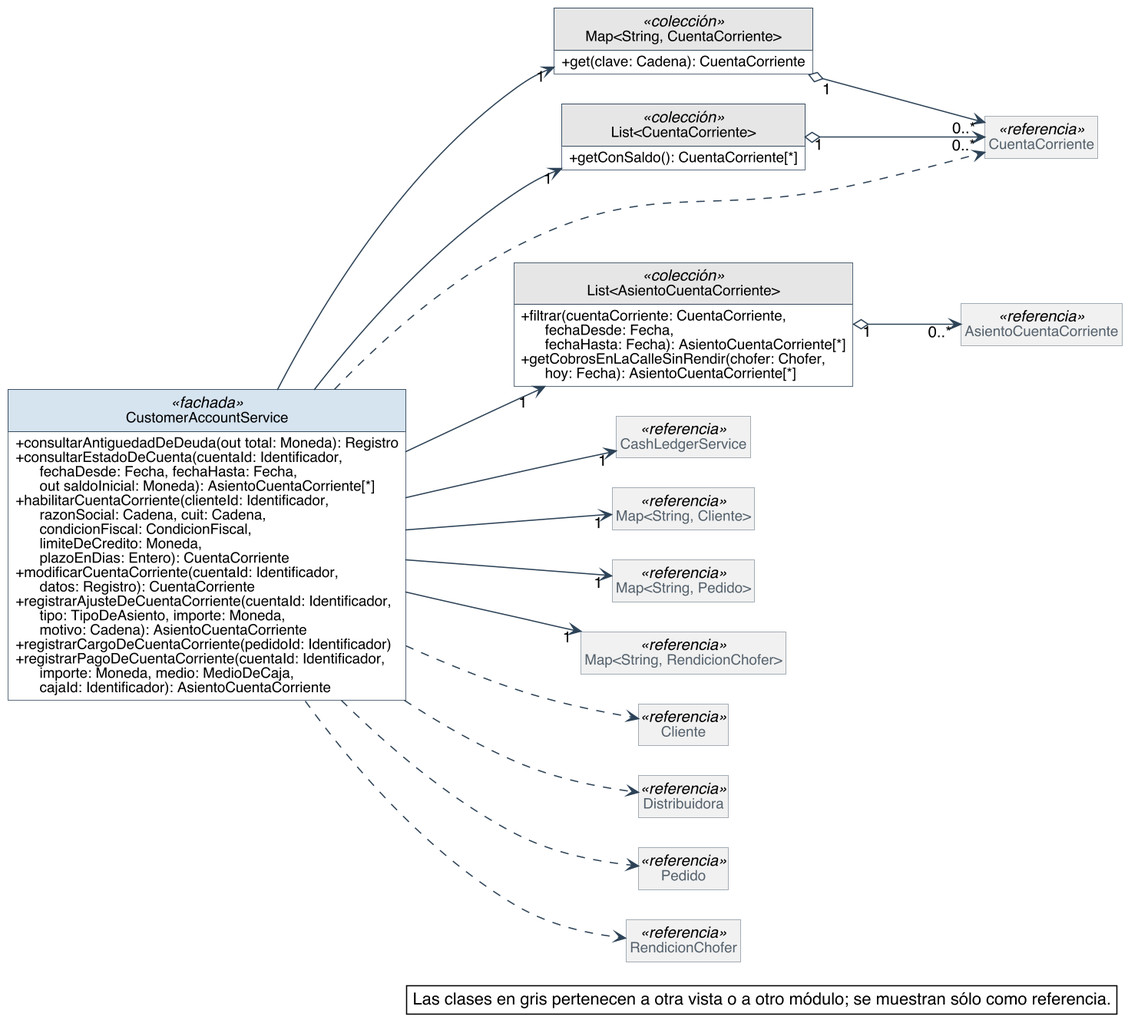
This is diagramas/clases-diseno/DC_Mod_Cuentas-corrientes.png from Nahuelito-Dev/splg-docs, a PlantUML export, as it was before one commit.
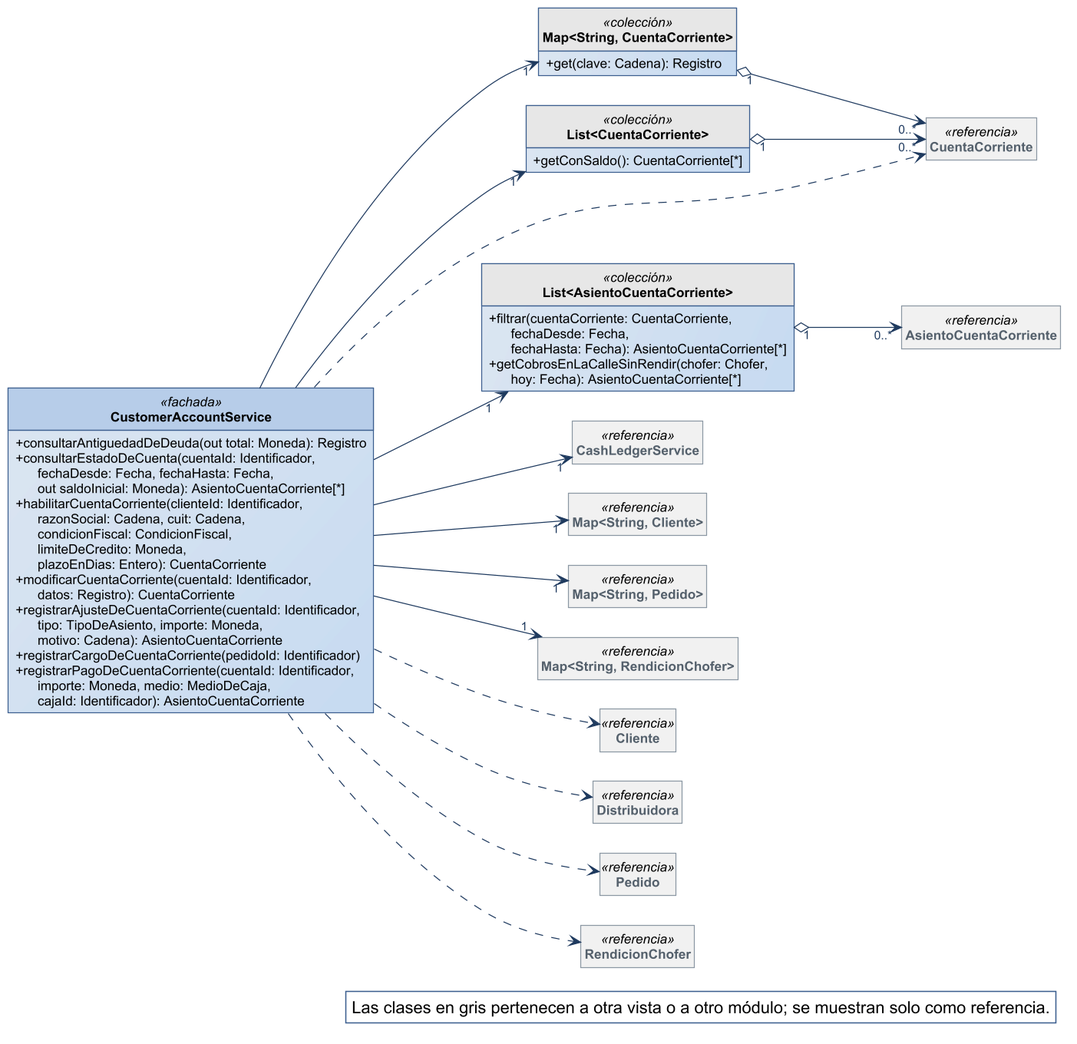
Later version of the same file.

Diff of the diagram source:
```diff
@@ -1,59 +1,29 @@
 @startuml
-skinparam backgroundColor #FFFFFF
-skinparam shadowing false
-skinparam defaultFontName Helvetica
-skinparam defaultFontSize 13
-skinparam dpi 150
+!include ../estilo-vp.iuml
 skinparam nodesep 40
 skinparam ranksep 55
-skinparam classAttributeIconSize 0
-skinparam roundCorner 0
 skinparam genericDisplay old
-skinparam class {
-  BorderColor #2C4257
-  BackgroundColor #FFFFFF
-  ArrowColor #2C4257
-  FontSize 14
-  AttributeFontSize 12
-  HeaderBackgroundColor #E8EEF3
-}
 skinparam class<<referencia>> {
   BackgroundColor #F1F1F1
   BorderColor #8A97A3
   FontColor #55616C
 }
 skinparam class<<fachada>> {
-  HeaderBackgroundColor #D6E4F0
+  HeaderBackgroundColor #B7CDE8
 }
 skinparam class<<controlador>> {
-  HeaderBackgroundColor #D6E4F0
+  HeaderBackgroundColor #B7CDE8
 }
 skinparam class<<fabricación pura>> {
-  HeaderBackgroundColor #F3E9CF
+  HeaderBackgroundColor #E4ECF6
 }
 skinparam class<<colección>> {
   HeaderBackgroundColor #E6E6E6
 }
 skinparam class<<adaptador>> {
-  HeaderBackgroundColor #DCEBDD
-}
-skinparam interface {
-  BorderColor #2C4257
-  BackgroundColor #FFFFFF
-  HeaderBackgroundColor #DCEBDD
-  FontSize 14
-  AttributeFontSize 12
-}
-skinparam note {
-  BackgroundColor #FFFFFF
-  BorderColor #2C4257
+  HeaderBackgroundColor #D5E3F3
 }
 skinparam packageStyle rectangle
-skinparam package {
-  BorderColor #8A97A3
-  FontSize 13
-  FontColor #55616C
-}
 hide circle
 hide empty members
 
@@ -70,7 +40,7 @@
   + registrarPagoDeCuentaCorriente(cuentaId: Identificador,\n      importe: Moneda, medio: MedioDeCaja,\n      cajaId: Identificador): AsientoCuentaCorriente
 }
 class "Map<String, CuentaCorriente>" as Map_String_CuentaCorriente <<colección>> {
-  + get(clave: Cadena): CuentaCorriente
+  + get(clave: Cadena): Registro
 }
 class "List<CuentaCorriente>" as List_CuentaCorriente <<colección>> {
   + getConSaldo(): CuentaCorriente[*]
@@ -107,6 +77,6 @@
 CustomerAccountService ..> RendicionChofer
 
 legend bottom right
-  Las clases en gris pertenecen a otra vista o a otro módulo; se muestran sólo como referencia.
+  Las clases en gris pertenecen a otra vista o a otro módulo; se muestran solo como referencia.
 endlegend
 @enduml
```
